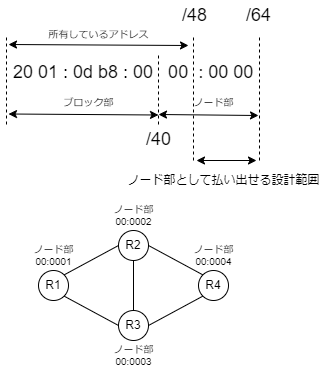
The draw.io diagram doc/img/fig_6.drawio.png in takamitsu-iida/srv6-guide, before a commit. Source tidied: cells renumbered, new cells last; positions are measured from the earlier drawing's top-left corner, leaving out a move shared by most shapes.
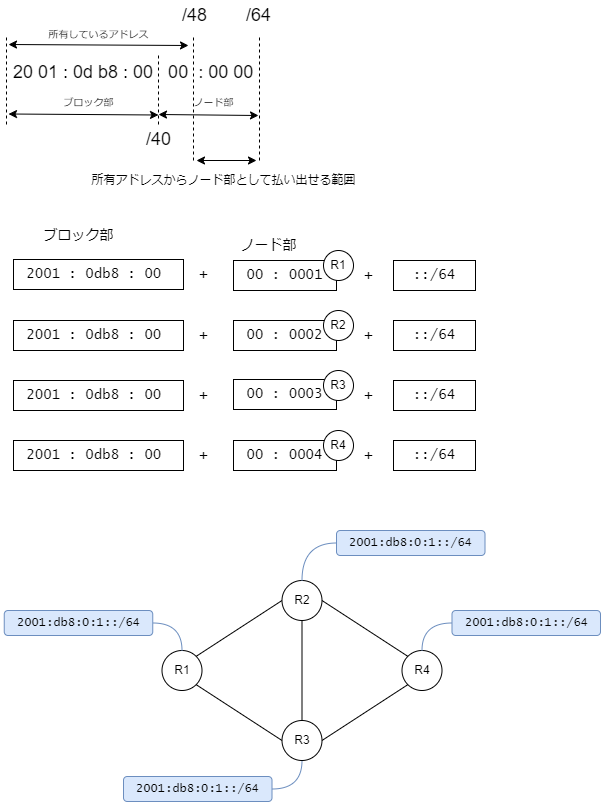
Later version of the same file.

Diff of the diagram source:
```diff
@@ -2,33 +2,6 @@
   <root>
     <mxCell id="0" />
     <mxCell id="1" parent="0" />
-    <mxCell id="2" style="html=1;exitX=1;exitY=0;exitDx=0;exitDy=0;entryX=0;entryY=0.5;entryDx=0;entryDy=0;endArrow=none;endFill=0;" parent="1" edge="1" source="3" target="4">
-      <mxGeometry relative="1" as="geometry" />
-    </mxCell>
-    <mxCell id="3" value="R1" style="ellipse;whiteSpace=wrap;html=1;" parent="1" vertex="1">
-      <mxGeometry x="32" y="270" width="30" height="30" as="geometry" />
-    </mxCell>
-    <mxCell id="4" value="R2" style="ellipse;whiteSpace=wrap;html=1;" parent="1" vertex="1">
-      <mxGeometry x="112" y="230" width="30" height="30" as="geometry" />
-    </mxCell>
-    <mxCell id="5" value="R3" style="ellipse;whiteSpace=wrap;html=1;" parent="1" vertex="1">
-      <mxGeometry x="112" y="310" width="30" height="30" as="geometry" />
-    </mxCell>
-    <mxCell id="6" value="R4" style="ellipse;whiteSpace=wrap;html=1;" parent="1" vertex="1">
-      <mxGeometry x="192" y="270" width="30" height="30" as="geometry" />
-    </mxCell>
-    <mxCell id="7" style="html=1;endArrow=none;endFill=0;entryX=0;entryY=0;entryDx=0;entryDy=0;exitX=1;exitY=0.5;exitDx=0;exitDy=0;" parent="1" edge="1" source="4" target="6">
-      <mxGeometry relative="1" as="geometry" />
-    </mxCell>
-    <mxCell id="8" style="html=1;exitX=0.5;exitY=0;exitDx=0;exitDy=0;entryX=0.5;entryY=1;entryDx=0;entryDy=0;endArrow=none;endFill=0;" parent="1" edge="1" source="5" target="4">
-      <mxGeometry relative="1" as="geometry" />
-    </mxCell>
-    <mxCell id="9" style="html=1;endArrow=none;endFill=0;exitX=1;exitY=0.5;exitDx=0;exitDy=0;entryX=0;entryY=1;entryDx=0;entryDy=0;" parent="1" edge="1" source="5" target="6">
-      <mxGeometry relative="1" as="geometry" />
-    </mxCell>
-    <mxCell id="10" style="html=1;endArrow=none;endFill=0;exitX=0;exitY=0.5;exitDx=0;exitDy=0;entryX=1;entryY=1;entryDx=0;entryDy=0;" parent="1" edge="1" source="5" target="3">
-      <mxGeometry relative="1" as="geometry" />
-    </mxCell>
     <mxCell id="11" style="endArrow=classic;startArrow=classic;html=1;fontSize=10;" parent="1" edge="1">
       <mxGeometry relative="1" as="geometry">
         <mxPoint x="2" y="113.5" as="sourcePoint" />
@@ -38,18 +11,6 @@
     <mxCell id="12" value="ブロック部" style="text;html=1;align=center;verticalAlign=middle;strokeColor=none;fillColor=none;fontSize=10;" parent="1" vertex="1">
       <mxGeometry x="47" y="91.5" width="70" height="20" as="geometry" />
     </mxCell>
-    <mxCell id="13" value="ノード部&lt;br&gt;00:0001" style="text;html=1;align=center;verticalAlign=middle;strokeColor=none;fillColor=none;fontSize=10;" parent="1" vertex="1">
-      <mxGeometry x="17" y="240" width="60" height="30" as="geometry" />
-    </mxCell>
-    <mxCell id="14" value="ノード部&lt;br&gt;00:0002" style="text;html=1;align=center;verticalAlign=middle;strokeColor=none;fillColor=none;fontSize=10;" parent="1" vertex="1">
-      <mxGeometry x="97" y="200" width="60" height="30" as="geometry" />
-    </mxCell>
-    <mxCell id="15" value="ノード部&lt;br&gt;00:0003" style="text;html=1;align=center;verticalAlign=middle;strokeColor=none;fillColor=none;fontSize=10;" parent="1" vertex="1">
-      <mxGeometry x="97" y="340" width="60" height="30" as="geometry" />
-    </mxCell>
-    <mxCell id="16" value="ノード部&lt;br&gt;00:0004" style="text;html=1;align=center;verticalAlign=middle;strokeColor=none;fillColor=none;fontSize=10;" parent="1" vertex="1">
-      <mxGeometry x="177" y="240" width="60" height="30" as="geometry" />
-    </mxCell>
     <mxCell id="17" value="20 01 : 0d b8 : 00&amp;nbsp; &amp;nbsp;00&amp;nbsp; : 00 00" style="text;html=1;align=left;verticalAlign=middle;strokeColor=none;fillColor=none;fontSize=18;" parent="1" vertex="1">
       <mxGeometry x="5" y="56.5" width="260" height="30" as="geometry" />
     </mxCell>
@@ -110,8 +71,164 @@
         <mxPoint x="250" y="160" as="targetPoint" />
       </mxGeometry>
     </mxCell>
-    <mxCell id="30" value="ノード部として払い出せる設計範囲" style="text;html=1;align=center;verticalAlign=middle;strokeColor=none;fillColor=none;fontSize=12;" parent="1" vertex="1">
-      <mxGeometry x="112" y="170" width="210" height="20" as="geometry" />
+    <mxCell id="30" value="所有アドレスからノード部として払い出せる範囲" style="text;html=1;align=center;verticalAlign=middle;strokeColor=none;fillColor=none;fontSize=12;" parent="1" vertex="1">
+      <mxGeometry x="72" y="165" width="290" height="30" as="geometry" />
     </mxCell>
+    <mxCell id="31" value="2001 : 0db8 : 00&amp;nbsp;" style="rounded=0;whiteSpace=wrap;html=1;fontSize=14;fontFamily=Lucida Console;" parent="1" vertex="1">
+      <mxGeometry x="7" y="259" width="170" height="30" as="geometry" />
+    </mxCell>
+    <mxCell id="32" value="ブロック部" style="text;html=1;align=center;verticalAlign=middle;strokeColor=none;fillColor=none;fontSize=14;" parent="1" vertex="1">
+      <mxGeometry x="27" y="220" width="90" height="30" as="geometry" />
+    </mxCell>
+    <mxCell id="33" style="html=1;exitX=1;exitY=0;exitDx=0;exitDy=0;entryX=0;entryY=0.5;entryDx=0;entryDy=0;endArrow=none;endFill=0;" parent="1" edge="1" target="x">
+      <mxGeometry relative="1" as="geometry">
+        <mxPoint x="309.6" y="582.4" as="sourcePoint" />
+      </mxGeometry>
+    </mxCell>
+    <mxCell id="34" style="html=1;endArrow=none;endFill=0;entryX=0;entryY=0;entryDx=0;entryDy=0;exitX=1;exitY=0.5;exitDx=0;exitDy=0;" parent="1" edge="1" target="x">
+      <mxGeometry relative="1" as="geometry">
+        <mxPoint x="394" y="553" as="sourcePoint" />
+      </mxGeometry>
+    </mxCell>
+    <mxCell id="35" style="html=1;exitX=0.5;exitY=0;exitDx=0;exitDy=0;entryX=0.5;entryY=1;entryDx=0;entryDy=0;endArrow=none;endFill=0;" parent="1" edge="1" source="x">
+      <mxGeometry relative="1" as="geometry">
+        <mxPoint x="379" y="568" as="targetPoint" />
+      </mxGeometry>
+    </mxCell>
+    <mxCell id="36" style="html=1;endArrow=none;endFill=0;exitX=1;exitY=0.5;exitDx=0;exitDy=0;entryX=0;entryY=1;entryDx=0;entryDy=0;" parent="1" edge="1" target="x">
+      <mxGeometry relative="1" as="geometry">
+        <mxPoint x="394" y="633" as="sourcePoint" />
+      </mxGeometry>
+    </mxCell>
+    <mxCell id="37" style="html=1;endArrow=none;endFill=0;exitX=0;exitY=0.5;exitDx=0;exitDy=0;entryX=1;entryY=1;entryDx=0;entryDy=0;" parent="1" edge="1" source="x">
+      <mxGeometry relative="1" as="geometry">
+        <mxPoint x="309.6" y="603.6" as="targetPoint" />
+      </mxGeometry>
+    </mxCell>
+    <mxCell id="38" value="ノード部" style="text;html=1;align=center;verticalAlign=middle;strokeColor=none;fillColor=none;fontSize=14;" parent="1" vertex="1">
+      <mxGeometry x="222" y="230" width="80" height="30" as="geometry" />
+    </mxCell>
+    <mxCell id="39" value="+" style="text;html=1;align=center;verticalAlign=middle;strokeColor=none;fillColor=none;fontSize=16;" parent="1" vertex="1">
+      <mxGeometry x="182" y="259" width="30" height="30" as="geometry" />
+    </mxCell>
+    <mxCell id="40" value="00 : 0002" style="rounded=0;whiteSpace=wrap;html=1;fontSize=14;fontFamily=Lucida Console;" parent="1" vertex="1">
+      <mxGeometry x="227" y="320" width="103" height="30" as="geometry" />
+    </mxCell>
+    <mxCell id="41" value="::/64" style="rounded=0;whiteSpace=wrap;html=1;fontSize=14;fontFamily=Lucida Console;" parent="1" vertex="1">
+      <mxGeometry x="387" y="260" width="82" height="30" as="geometry" />
+    </mxCell>
+    <mxCell id="42" value="00 : 0003" style="rounded=0;whiteSpace=wrap;html=1;fontSize=14;fontFamily=Lucida Console;" parent="1" vertex="1">
+      <mxGeometry x="227" y="379" width="103" height="30" as="geometry" />
+    </mxCell>
+    <mxCell id="43" value="00 : 0001" style="rounded=0;whiteSpace=wrap;html=1;fontSize=14;fontFamily=Lucida Console;" parent="1" vertex="1">
+      <mxGeometry x="227" y="260" width="103" height="30" as="geometry" />
+    </mxCell>
+    <mxCell id="44" value="00 : 0004" style="rounded=0;whiteSpace=wrap;html=1;fontSize=14;fontFamily=Lucida Console;" parent="1" vertex="1">
+      <mxGeometry x="227" y="440" width="103" height="30" as="geometry" />
+    </mxCell>
+    <mxCell id="45" value="+" style="text;html=1;align=center;verticalAlign=middle;strokeColor=none;fillColor=none;fontSize=16;" parent="1" vertex="1">
+      <mxGeometry x="347" y="260" width="30" height="30" as="geometry" />
+    </mxCell>
+    <mxCell id="46" value="R1" style="ellipse;whiteSpace=wrap;html=1;" parent="1" vertex="1">
+      <mxGeometry x="317" y="250" width="30" height="30" as="geometry" />
+    </mxCell>
+    <mxCell id="47" value="R2" style="ellipse;whiteSpace=wrap;html=1;" parent="1" vertex="1">
+      <mxGeometry x="317" y="310" width="30" height="30" as="geometry" />
+    </mxCell>
+    <mxCell id="48" value="R3" style="ellipse;whiteSpace=wrap;html=1;" parent="1" vertex="1">
+      <mxGeometry x="317" y="370" width="30" height="30" as="geometry" />
+    </mxCell>
+    <mxCell id="49" value="R4" style="ellipse;whiteSpace=wrap;html=1;" parent="1" vertex="1">
+      <mxGeometry x="317" y="430" width="30" height="30" as="geometry" />
+    </mxCell>
+    <mxCell id="50" value="2001 : 0db8 : 00&amp;nbsp;" style="rounded=0;whiteSpace=wrap;html=1;fontSize=14;fontFamily=Lucida Console;" parent="1" vertex="1">
+      <mxGeometry x="7" y="320" width="170" height="30" as="geometry" />
+    </mxCell>
+    <mxCell id="51" value="+" style="text;html=1;align=center;verticalAlign=middle;strokeColor=none;fillColor=none;fontSize=16;" parent="1" vertex="1">
+      <mxGeometry x="182" y="320" width="30" height="30" as="geometry" />
+    </mxCell>
+    <mxCell id="52" value="2001 : 0db8 : 00&amp;nbsp;" style="rounded=0;whiteSpace=wrap;html=1;fontSize=14;fontFamily=Lucida Console;" parent="1" vertex="1">
+      <mxGeometry x="7" y="380" width="170" height="30" as="geometry" />
+    </mxCell>
+    <mxCell id="53" value="+" style="text;html=1;align=center;verticalAlign=middle;strokeColor=none;fillColor=none;fontSize=16;" parent="1" vertex="1">
+      <mxGeometry x="182" y="380" width="30" height="30" as="geometry" />
+    </mxCell>
+    <mxCell id="54" value="2001 : 0db8 : 00&amp;nbsp;" style="rounded=0;whiteSpace=wrap;html=1;fontSize=14;fontFamily=Lucida Console;" parent="1" vertex="1">
+      <mxGeometry x="7" y="440" width="170" height="30" as="geometry" />
+    </mxCell>
+    <mxCell id="55" value="+" style="text;html=1;align=center;verticalAlign=middle;strokeColor=none;fillColor=none;fontSize=16;" parent="1" vertex="1">
+      <mxGeometry x="182" y="440" width="30" height="30" as="geometry" />
+    </mxCell>
+    <mxCell id="56" value="+" style="text;html=1;align=center;verticalAlign=middle;strokeColor=none;fillColor=none;fontSize=16;" parent="1" vertex="1">
+      <mxGeometry x="347" y="320" width="30" height="30" as="geometry" />
+    </mxCell>
+    <mxCell id="57" value="::/64" style="rounded=0;whiteSpace=wrap;html=1;fontSize=14;fontFamily=Lucida Console;" parent="1" vertex="1">
+      <mxGeometry x="387" y="320" width="82" height="30" as="geometry" />
+    </mxCell>
+    <mxCell id="58" value="+" style="text;html=1;align=center;verticalAlign=middle;strokeColor=none;fillColor=none;fontSize=16;" parent="1" vertex="1">
+      <mxGeometry x="347" y="380" width="30" height="30" as="geometry" />
+    </mxCell>
+    <mxCell id="59" value="::/64" style="rounded=0;whiteSpace=wrap;html=1;fontSize=14;fontFamily=Lucida Console;" parent="1" vertex="1">
+      <mxGeometry x="387" y="380" width="82" height="30" as="geometry" />
+    </mxCell>
+    <mxCell id="60" value="+" style="text;html=1;align=center;verticalAlign=middle;strokeColor=none;fillColor=none;fontSize=16;" parent="1" vertex="1">
+      <mxGeometry x="347" y="440" width="30" height="30" as="geometry" />
+    </mxCell>
+    <mxCell id="61" value="::/64" style="rounded=0;whiteSpace=wrap;html=1;fontSize=14;fontFamily=Lucida Console;" parent="1" vertex="1">
+      <mxGeometry x="387" y="440" width="82" height="30" as="geometry" />
+    </mxCell>
+    <mxCell id="62" style="html=1;exitX=1;exitY=0;exitDx=0;exitDy=0;entryX=0;entryY=0.5;entryDx=0;entryDy=0;endArrow=none;endFill=0;" parent="1" edge="1" source="63" target="64">
+      <mxGeometry relative="1" as="geometry" />
+    </mxCell>
+    <mxCell id="63" value="R1" style="ellipse;whiteSpace=wrap;html=1;" parent="1" vertex="1">
+      <mxGeometry x="155.5" y="650" width="40" height="40" as="geometry" />
+    </mxCell>
+    <mxCell id="64" value="R2" style="ellipse;whiteSpace=wrap;html=1;" parent="1" vertex="1">
+      <mxGeometry x="275.5" y="580" width="40" height="40" as="geometry" />
+    </mxCell>
+    <mxCell id="65" value="R3" style="ellipse;whiteSpace=wrap;html=1;" parent="1" vertex="1">
+      <mxGeometry x="275.5" y="720" width="40" height="40" as="geometry" />
+    </mxCell>
+    <mxCell id="66" value="R4" style="ellipse;whiteSpace=wrap;html=1;" parent="1" vertex="1">
+      <mxGeometry x="395.5" y="650" width="40" height="40" as="geometry" />
+    </mxCell>
+    <mxCell id="67" style="html=1;endArrow=none;endFill=0;entryX=0;entryY=0;entryDx=0;entryDy=0;exitX=1;exitY=0.5;exitDx=0;exitDy=0;" parent="1" edge="1" source="64" target="66">
+      <mxGeometry relative="1" as="geometry" />
+    </mxCell>
+    <mxCell id="68" style="html=1;exitX=0.5;exitY=0;exitDx=0;exitDy=0;entryX=0.5;entryY=1;entryDx=0;entryDy=0;endArrow=none;endFill=0;" parent="1" edge="1" source="65" target="64">
+      <mxGeometry relative="1" as="geometry" />
+    </mxCell>
+    <mxCell id="69" style="html=1;endArrow=none;endFill=0;exitX=1;exitY=0.5;exitDx=0;exitDy=0;entryX=0;entryY=1;entryDx=0;entryDy=0;" parent="1" edge="1" source="65" target="66">
+      <mxGeometry relative="1" as="geometry" />
+    </mxCell>
+    <mxCell id="70" style="html=1;endArrow=none;endFill=0;exitX=0;exitY=0.5;exitDx=0;exitDy=0;entryX=1;entryY=1;entryDx=0;entryDy=0;" parent="1" edge="1" source="65" target="63">
+      <mxGeometry relative="1" as="geometry" />
+    </mxCell>
+    <mxCell id="71" style="edgeStyle=orthogonalEdgeStyle;curved=1;html=1;fontFamily=Lucida Console;fontSize=12;endArrow=none;endFill=0;fillColor=#dae8fc;strokeColor=#6c8ebf;" parent="1" edge="1" source="72" target="63">
+      <mxGeometry relative="1" as="geometry" />
+    </mxCell>
+    <mxCell id="72" value="2001:db8:0:1::/64" style="rounded=1;whiteSpace=wrap;html=1;fontFamily=Lucida Console;fontSize=12;fillColor=#dae8fc;strokeColor=#6c8ebf;" parent="1" vertex="1">
+      <mxGeometry x="-2.2" y="610" width="148.5" height="25" as="geometry" />
+    </mxCell>
+    <mxCell id="73" value="2001:db8:0:1::/64" style="rounded=1;whiteSpace=wrap;html=1;fontFamily=Lucida Console;fontSize=12;fillColor=#dae8fc;strokeColor=#6c8ebf;" parent="1" vertex="1">
+      <mxGeometry x="330" y="530" width="148.5" height="25" as="geometry" />
+    </mxCell>
+    <mxCell id="74" style="edgeStyle=orthogonalEdgeStyle;curved=1;html=1;fontFamily=Lucida Console;fontSize=12;endArrow=none;endFill=0;exitX=0;exitY=0.5;exitDx=0;exitDy=0;fillColor=#dae8fc;strokeColor=#6c8ebf;" parent="1" edge="1" source="73">
+      <mxGeometry relative="1" as="geometry">
+        <mxPoint x="295.5" y="580" as="targetPoint" />
+      </mxGeometry>
+    </mxCell>
+    <mxCell id="75" value="2001:db8:0:1::/64" style="rounded=1;whiteSpace=wrap;html=1;fontFamily=Lucida Console;fontSize=12;fillColor=#dae8fc;strokeColor=#6c8ebf;" parent="1" vertex="1">
+      <mxGeometry x="117" y="776" width="148.5" height="25" as="geometry" />
+    </mxCell>
+    <mxCell id="76" style="edgeStyle=orthogonalEdgeStyle;curved=1;html=1;fontFamily=Lucida Console;fontSize=12;endArrow=none;endFill=0;exitX=0.5;exitY=1;exitDx=0;exitDy=0;fillColor=#dae8fc;strokeColor=#6c8ebf;entryX=1;entryY=0.5;entryDx=0;entryDy=0;" parent="1" edge="1" source="65" target="75">
+      <mxGeometry relative="1" as="geometry" />
+    </mxCell>
+    <mxCell id="77" value="2001:db8:0:1::/64" style="rounded=1;whiteSpace=wrap;html=1;fontFamily=Lucida Console;fontSize=12;fillColor=#dae8fc;strokeColor=#6c8ebf;" parent="1" vertex="1">
+      <mxGeometry x="445.5" y="610" width="148.5" height="25" as="geometry" />
+    </mxCell>
+    <mxCell id="78" style="edgeStyle=orthogonalEdgeStyle;curved=1;html=1;fontFamily=Lucida Console;fontSize=12;endArrow=none;endFill=0;fillColor=#dae8fc;strokeColor=#6c8ebf;entryX=0.5;entryY=0;entryDx=0;entryDy=0;" parent="1" edge="1" source="77" target="66">
+      <mxGeometry relative="1" as="geometry" />
+    </mxCell>
   </root>
 </mxGraphModel>
```
